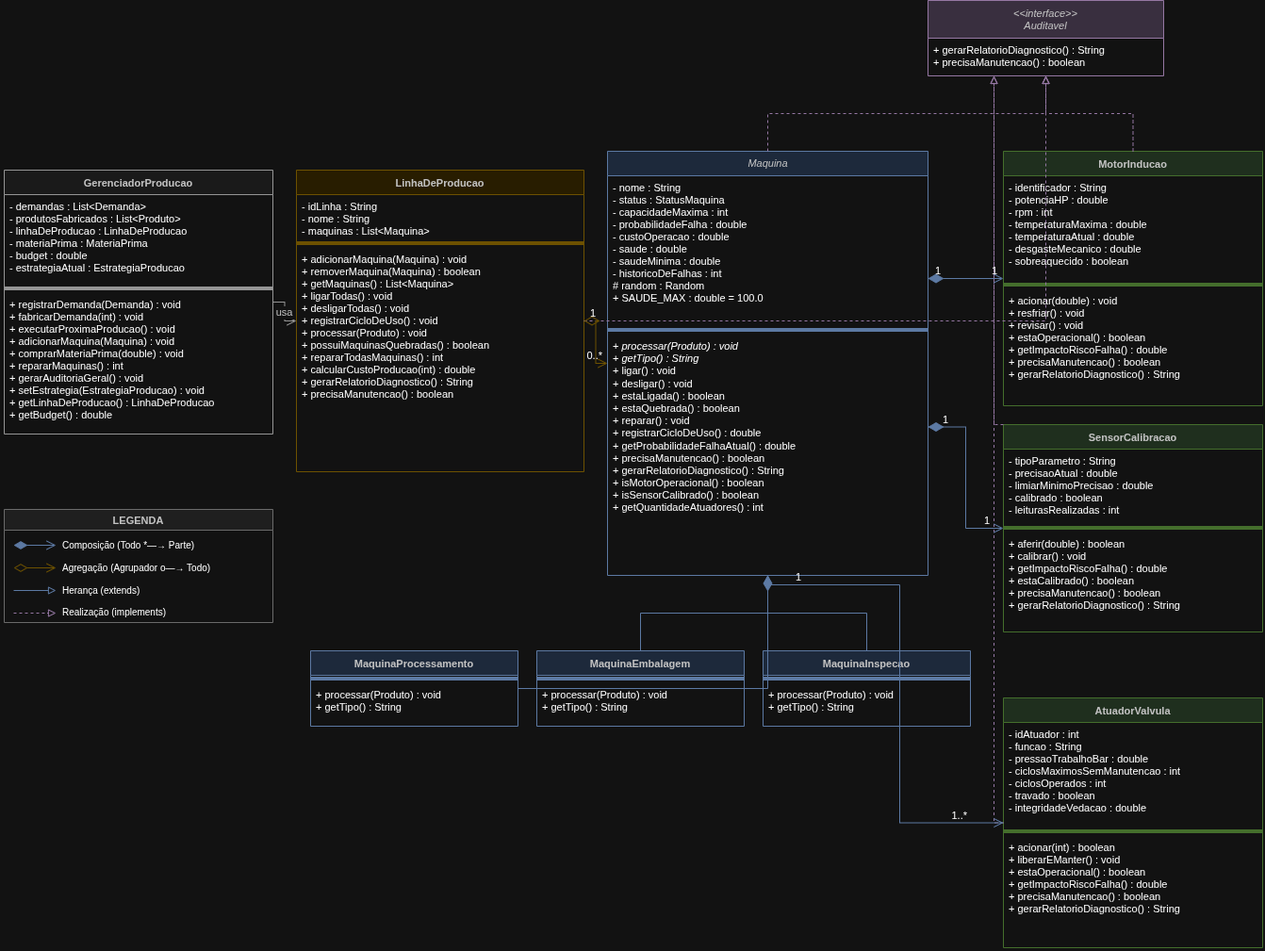
The draw.io diagram tarefa-5/diagrama_uml.drawio.png in adriann-engcomp/MC322, before a commit. Source tidied: cells renumbered, new cells last; positions are measured from the earlier drawing's top-left corner, leaving out a move shared by most shapes.
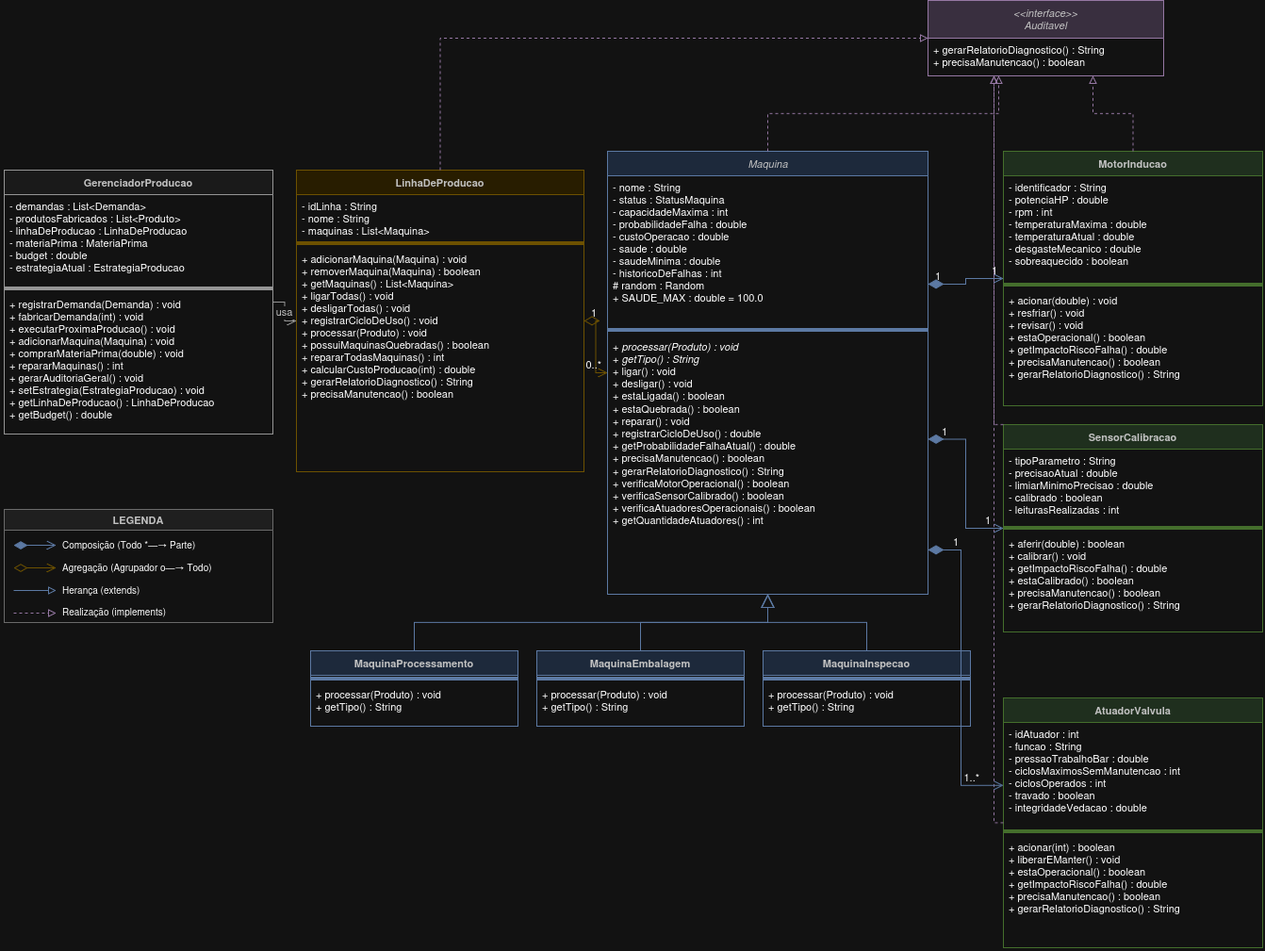
After the commit.

Commit message:
diagrama_uml em png

Change to the diagram source:
```diff
@@ -35,3 +35,3 @@
     <mxCell id="12" value="&lt;i&gt;Maquina&lt;/i&gt;" style="swimlane;fontStyle=2;align=center;startSize=26;fillColor=#dae8fc;strokeColor=#6c8ebf;fontColor=#333333;fontSize=11;html=1;" parent="1" vertex="1">
-      <mxGeometry x="640" y="160" width="340" height="450" as="geometry" />
+      <mxGeometry x="640" y="160" width="340" height="470" as="geometry" />
     </mxCell>
@@ -43,5 +43,5 @@
     </mxCell>
-    <mxCell id="15" value="+ &lt;i&gt;processar(Produto) : void&lt;/i&gt;&#10;+ &lt;i&gt;getTipo() : String&lt;/i&gt;&#10;+ ligar() : void&#10;+ desligar() : void&#10;+ estaLigada() : boolean&#10;+ estaQuebrada() : boolean&#10;+ reparar() : void&#10;+ registrarCicloDeUso() : double&#10;+ getProbabilidadeFalhaAtual() : double&#10;+ precisaManutencao() : boolean&#10;+ gerarRelatorioDiagnostico() : String&#10;+ isMotorOperacional() : boolean&#10;+ isSensorCalibrado() : boolean&#10;+ getQuantidadeAtuadores() : int" style="text;strokeColor=none;fillColor=none;align=left;verticalAlign=top;spacingLeft=4;spacingRight=4;overflow=hidden;fontSize=11;html=1;" parent="12" vertex="1">
-      <mxGeometry y="194" width="340" height="256" as="geometry" />
-    </mxCell>
+    <mxCell id="67" value="+ &lt;i&gt;processar(Produto) : void&lt;/i&gt;&#10;+ &lt;i&gt;getTipo() : String&lt;/i&gt;&#10;+ ligar() : void&#10;+ desligar() : void&#10;+ estaLigada() : boolean&#10;+ estaQuebrada() : boolean&#10;+ reparar() : void&#10;+ registrarCicloDeUso() : double&#10;+ getProbabilidadeFalhaAtual() : double&#10;+ precisaManutencao() : boolean&#10;+ gerarRelatorioDiagnostico() : String&#10;+ verificaMotorOperacional() : boolean&#10;+ verificaSensorCalibrado() : boolean&#10;+ verificaAtuadoresOperacionais() : boolean&#10;+ getQuantidadeAtuadores() : int" style="text;strokeColor=none;fillColor=none;align=left;verticalAlign=top;spacingLeft=4;spacingRight=4;overflow=hidden;fontSize=11;html=1;" parent="12" vertex="1">
+      <mxGeometry y="194" width="340" height="276" as="geometry" />
+    </mxCell>
     <mxCell id="16" value="MaquinaProcessamento" style="swimlane;fontStyle=1;align=center;startSize=26;fillColor=#dae8fc;strokeColor=#6c8ebf;fontColor=#333333;fontSize=11;" parent="1" vertex="1">
@@ -49,8 +49,8 @@
     </mxCell>
-    <mxCell id="17" style="line;strokeColor=inherit;fillColor=none;" parent="16" vertex="1">
-      <mxGeometry y="26" width="220" height="8" as="geometry" />
-    </mxCell>
-    <mxCell id="18" value="+ processar(Produto) : void&#10;+ getTipo() : String" style="text;strokeColor=none;fillColor=none;align=left;verticalAlign=top;spacingLeft=4;spacingRight=4;overflow=hidden;fontSize=11;" parent="16" vertex="1">
-      <mxGeometry y="34" width="220" height="46" as="geometry" />
-    </mxCell>
+    <mxCell id="68" style="line;strokeColor=inherit;fillColor=none;" parent="16" vertex="1">
+      <mxGeometry y="26" width="220" height="8" as="geometry" />
+    </mxCell>
+    <mxCell id="69" value="+ processar(Produto) : void&#10;+ getTipo() : String" style="text;strokeColor=none;fillColor=none;align=left;verticalAlign=top;spacingLeft=4;spacingRight=4;overflow=hidden;fontSize=11;" parent="16" vertex="1">
+      <mxGeometry y="34" width="220" height="46" as="geometry" />
+    </mxCell>
     <mxCell id="19" value="MaquinaEmbalagem" style="swimlane;fontStyle=1;align=center;startSize=26;fillColor=#dae8fc;strokeColor=#6c8ebf;fontColor=#333333;fontSize=11;" parent="1" vertex="1">
@@ -58,8 +58,8 @@
     </mxCell>
-    <mxCell id="20" style="line;strokeColor=inherit;fillColor=none;" parent="19" vertex="1">
-      <mxGeometry y="26" width="220" height="8" as="geometry" />
-    </mxCell>
-    <mxCell id="21" value="+ processar(Produto) : void&#10;+ getTipo() : String" style="text;strokeColor=none;fillColor=none;align=left;verticalAlign=top;spacingLeft=4;spacingRight=4;overflow=hidden;fontSize=11;" parent="19" vertex="1">
-      <mxGeometry y="34" width="220" height="46" as="geometry" />
-    </mxCell>
+    <mxCell id="70" style="line;strokeColor=inherit;fillColor=none;" parent="19" vertex="1">
+      <mxGeometry y="26" width="220" height="8" as="geometry" />
+    </mxCell>
+    <mxCell id="71" value="+ processar(Produto) : void&#10;+ getTipo() : String" style="text;strokeColor=none;fillColor=none;align=left;verticalAlign=top;spacingLeft=4;spacingRight=4;overflow=hidden;fontSize=11;" parent="19" vertex="1">
+      <mxGeometry y="34" width="220" height="46" as="geometry" />
+    </mxCell>
     <mxCell id="22" value="MaquinaInspecao" style="swimlane;fontStyle=1;align=center;startSize=26;fillColor=#dae8fc;strokeColor=#6c8ebf;fontColor=#333333;fontSize=11;" parent="1" vertex="1">
@@ -67,8 +67,8 @@
     </mxCell>
-    <mxCell id="23" style="line;strokeColor=inherit;fillColor=none;" parent="22" vertex="1">
-      <mxGeometry y="26" width="220" height="8" as="geometry" />
-    </mxCell>
-    <mxCell id="24" value="+ processar(Produto) : void&#10;+ getTipo() : String" style="text;strokeColor=none;fillColor=none;align=left;verticalAlign=top;spacingLeft=4;spacingRight=4;overflow=hidden;fontSize=11;" parent="22" vertex="1">
-      <mxGeometry y="34" width="220" height="46" as="geometry" />
-    </mxCell>
+    <mxCell id="72" style="line;strokeColor=inherit;fillColor=none;" parent="22" vertex="1">
+      <mxGeometry y="26" width="220" height="8" as="geometry" />
+    </mxCell>
+    <mxCell id="73" value="+ processar(Produto) : void&#10;+ getTipo() : String" style="text;strokeColor=none;fillColor=none;align=left;verticalAlign=top;spacingLeft=4;spacingRight=4;overflow=hidden;fontSize=11;" parent="22" vertex="1">
+      <mxGeometry y="34" width="220" height="46" as="geometry" />
+    </mxCell>
     <mxCell id="25" value="MotorInducao" style="swimlane;fontStyle=1;align=center;startSize=26;fillColor=#d5e8d4;strokeColor=#82b366;fontColor=#333333;fontSize=11;" parent="1" vertex="1">
@@ -79,5 +79,5 @@
     </mxCell>
-    <mxCell id="27" style="line;strokeColor=inherit;fillColor=none;" parent="25" vertex="1">
-      <mxGeometry y="138" width="275" height="8" as="geometry" />
-    </mxCell>
+    <mxCell id="74" style="line;strokeColor=inherit;fillColor=none;" parent="25" vertex="1">
+      <mxGeometry y="138" width="275" height="8" as="geometry" />
+    </mxCell>
     <mxCell id="28" value="+ acionar(double) : void&#10;+ resfriar() : void&#10;+ revisar() : void&#10;+ estaOperacional() : boolean&#10;+ getImpactoRiscoFalha() : double&#10;+ precisaManutencao() : boolean&#10;+ gerarRelatorioDiagnostico() : String" style="text;strokeColor=none;fillColor=none;align=left;verticalAlign=top;spacingLeft=4;spacingRight=4;overflow=hidden;fontSize=11;" parent="25" vertex="1">
@@ -103,5 +103,5 @@
     </mxCell>
-    <mxCell id="35" style="line;strokeColor=inherit;fillColor=none;" parent="33" vertex="1">
-      <mxGeometry y="138" width="275" height="8" as="geometry" />
-    </mxCell>
+    <mxCell id="75" style="line;strokeColor=inherit;fillColor=none;" parent="33" vertex="1">
+      <mxGeometry y="138" width="275" height="8" as="geometry" />
+    </mxCell>
     <mxCell id="36" value="+ acionar(int) : boolean&#10;+ liberarEManter() : void&#10;+ estaOperacional() : boolean&#10;+ getImpactoRiscoFalha() : double&#10;+ precisaManutencao() : boolean&#10;+ gerarRelatorioDiagnostico() : String" style="text;strokeColor=none;fillColor=none;align=left;verticalAlign=top;spacingLeft=4;spacingRight=4;overflow=hidden;fontSize=11;" parent="33" vertex="1">
@@ -109,10 +109,24 @@
     </mxCell>
-    <mxCell id="37" style="endArrow=block;endFill=0;dashed=1;strokeColor=#9673a6;edgeStyle=orthogonalEdgeStyle;rounded=0;" parent="1" edge="1" source="8" target="2">
-      <mxGeometry relative="1" as="geometry" />
+    <mxCell id="37" style="endArrow=block;endFill=0;dashed=1;strokeColor=#9673a6;edgeStyle=orthogonalEdgeStyle;rounded=0;exitX=0.5;exitY=0;exitDx=0;exitDy=0;entryX=0;entryY=0.5;entryDx=0;entryDy=0;" parent="1" edge="1" source="8" target="2">
+      <mxGeometry relative="1" as="geometry">
+        <Array as="points">
+          <mxPoint x="462" y="40" />
+        </Array>
+      </mxGeometry>
     </mxCell>
-    <mxCell id="38" style="endArrow=block;endFill=0;dashed=1;strokeColor=#9673a6;edgeStyle=orthogonalEdgeStyle;rounded=0;" parent="1" edge="1" source="12" target="2">
-      <mxGeometry relative="1" as="geometry" />
+    <mxCell id="38" style="endArrow=block;endFill=0;dashed=1;strokeColor=#9673a6;edgeStyle=orthogonalEdgeStyle;rounded=0;exitX=0.5;exitY=0;exitDx=0;exitDy=0;entryX=0.3;entryY=1;entryDx=0;entryDy=0;" parent="1" edge="1" source="12" target="2">
+      <mxGeometry relative="1" as="geometry">
+        <Array as="points">
+          <mxPoint x="810" y="120" />
+          <mxPoint x="1055" y="120" />
+        </Array>
+      </mxGeometry>
     </mxCell>
-    <mxCell id="39" style="endArrow=block;endFill=0;dashed=1;strokeColor=#9673a6;edgeStyle=orthogonalEdgeStyle;rounded=0;" parent="1" edge="1" source="25" target="2">
-      <mxGeometry relative="1" as="geometry" />
+    <mxCell id="39" style="endArrow=block;endFill=0;dashed=1;strokeColor=#9673a6;edgeStyle=orthogonalEdgeStyle;rounded=0;exitX=0.5;exitY=0;exitDx=0;exitDy=0;entryX=0.7;entryY=1;entryDx=0;entryDy=0;" parent="1" edge="1" source="25" target="2">
+      <mxGeometry relative="1" as="geometry">
+        <Array as="points">
+          <mxPoint x="1197" y="120" />
+          <mxPoint x="1155" y="120" />
+        </Array>
+      </mxGeometry>
     </mxCell>
@@ -137,5 +151,5 @@
     </mxCell>
-    <mxCell id="43" value="1" style="html=1;align=left;verticalAlign=bottom;fontSize=11;labelBackgroundColor=none;" parent="42" vertex="1">
-      <mxGeometry x="-0.85" relative="1" as="geometry" />
-    </mxCell>
+    <mxCell id="76" value="1" style="html=1;align=left;verticalAlign=bottom;fontSize=11;labelBackgroundColor=none;" parent="42" vertex="1">
+      <mxGeometry x="-0.85" relative="1" as="geometry" />
+    </mxCell>
     <mxCell id="44" value="0..*" style="html=1;align=right;verticalAlign=bottom;fontSize=11;labelBackgroundColor=none;" parent="42" vertex="1">
@@ -146,8 +160,8 @@
     </mxCell>
-    <mxCell id="46" value="1" style="html=1;align=left;verticalAlign=bottom;fontSize=11;labelBackgroundColor=none;" parent="45" vertex="1">
-      <mxGeometry x="-0.85" relative="1" as="geometry" />
-    </mxCell>
-    <mxCell id="47" value="1" style="html=1;align=right;verticalAlign=bottom;fontSize=11;labelBackgroundColor=none;" parent="45" vertex="1">
-      <mxGeometry x="0.85" relative="1" as="geometry" />
-    </mxCell>
+    <mxCell id="77" value="1" style="html=1;align=left;verticalAlign=bottom;fontSize=11;labelBackgroundColor=none;" parent="45" vertex="1">
+      <mxGeometry x="-0.85" relative="1" as="geometry" />
+    </mxCell>
+    <mxCell id="78" value="1" style="html=1;align=right;verticalAlign=bottom;fontSize=11;labelBackgroundColor=none;" parent="45" vertex="1">
+      <mxGeometry x="0.85" relative="1" as="geometry" />
+    </mxCell>
     <mxCell id="48" style="startArrow=diamondThin;startFill=1;startSize=14;endArrow=open;endSize=8;strokeColor=#6c8ebf;edgeStyle=orthogonalEdgeStyle;rounded=0;exitX=1;exitY=0.65;exitDx=0;exitDy=0;entryX=0;entryY=0.5;entryDx=0;entryDy=0;" parent="1" edge="1" source="12" target="29">
@@ -155,13 +169,13 @@
     </mxCell>
-    <mxCell id="49" value="1" style="html=1;align=left;verticalAlign=bottom;fontSize=11;labelBackgroundColor=none;" parent="48" vertex="1">
-      <mxGeometry x="-0.85" relative="1" as="geometry" />
-    </mxCell>
-    <mxCell id="50" value="1" style="html=1;align=right;verticalAlign=bottom;fontSize=11;labelBackgroundColor=none;" parent="48" vertex="1">
-      <mxGeometry x="0.85" relative="1" as="geometry" />
-    </mxCell>
+    <mxCell id="79" value="1" style="html=1;align=left;verticalAlign=bottom;fontSize=11;labelBackgroundColor=none;" parent="48" vertex="1">
+      <mxGeometry x="-0.85" relative="1" as="geometry" />
+    </mxCell>
+    <mxCell id="80" value="1" style="html=1;align=right;verticalAlign=bottom;fontSize=11;labelBackgroundColor=none;" parent="48" vertex="1">
+      <mxGeometry x="0.85" relative="1" as="geometry" />
+    </mxCell>
-    <mxCell id="51" style="startArrow=diamondThin;startFill=1;startSize=14;endArrow=open;endSize=8;strokeColor=#6c8ebf;edgeStyle=orthogonalEdgeStyle;rounded=0;exitX=0.5;exitY=1;exitDx=0;exitDy=0;entryX=0;entryY=0.5;entryDx=0;entryDy=0;" parent="1" edge="1" source="12" target="33">
+    <mxCell id="51" style="startArrow=diamondThin;startFill=1;startSize=14;endArrow=open;endSize=8;strokeColor=#6c8ebf;edgeStyle=orthogonalEdgeStyle;rounded=0;exitX=1;exitY=0.9;exitDx=0;exitDy=0;entryX=0;entryY=0.35;entryDx=0;entryDy=0;" parent="1" edge="1" source="12" target="33">
       <mxGeometry relative="1" as="geometry">
         <Array as="points">
-          <mxPoint x="950" y="620" />
-          <mxPoint x="950" y="872" />
+          <mxPoint x="1015" y="583" />
+          <mxPoint x="1015" y="833" />
         </Array>
@@ -169,5 +183,5 @@
     </mxCell>
-    <mxCell id="52" value="1" style="html=1;align=left;verticalAlign=bottom;fontSize=11;labelBackgroundColor=none;" parent="51" vertex="1">
-      <mxGeometry x="-0.85" relative="1" as="geometry" />
-    </mxCell>
+    <mxCell id="81" value="1" style="html=1;align=left;verticalAlign=bottom;fontSize=11;labelBackgroundColor=none;" parent="51" vertex="1">
+      <mxGeometry x="-0.85" relative="1" as="geometry" />
+    </mxCell>
     <mxCell id="53" value="1..*" style="html=1;align=right;verticalAlign=bottom;fontSize=11;labelBackgroundColor=none;" parent="51" vertex="1">
@@ -175,10 +189,25 @@
     </mxCell>
-    <mxCell id="54" style="endArrow=block;endFill=0;strokeColor=#6c8ebf;edgeStyle=orthogonalEdgeStyle;rounded=0;" parent="1" edge="1" source="16" target="12">
-      <mxGeometry relative="1" as="geometry" />
+    <mxCell id="54" style="endArrow=block;endFill=0;endSize=12;strokeColor=#6c8ebf;edgeStyle=orthogonalEdgeStyle;rounded=0;exitX=0.5;exitY=0;exitDx=0;exitDy=0;entryX=0.5;entryY=1;entryDx=0;entryDy=0;" parent="1" edge="1" source="16" target="12">
+      <mxGeometry relative="1" as="geometry">
+        <Array as="points">
+          <mxPoint x="435" y="660" />
+          <mxPoint x="810" y="660" />
+        </Array>
+      </mxGeometry>
     </mxCell>
-    <mxCell id="55" style="endArrow=block;endFill=0;strokeColor=#6c8ebf;edgeStyle=orthogonalEdgeStyle;rounded=0;" parent="1" edge="1" source="19" target="12">
-      <mxGeometry relative="1" as="geometry" />
+    <mxCell id="55" style="endArrow=block;endFill=0;endSize=12;strokeColor=#6c8ebf;edgeStyle=orthogonalEdgeStyle;rounded=0;exitX=0.5;exitY=0;exitDx=0;exitDy=0;entryX=0.5;entryY=1;entryDx=0;entryDy=0;" parent="1" edge="1" source="19" target="12">
+      <mxGeometry relative="1" as="geometry">
+        <Array as="points">
+          <mxPoint x="675" y="660" />
+          <mxPoint x="810" y="660" />
+        </Array>
+      </mxGeometry>
     </mxCell>
-    <mxCell id="56" style="endArrow=block;endFill=0;strokeColor=#6c8ebf;edgeStyle=orthogonalEdgeStyle;rounded=0;" parent="1" edge="1" source="22" target="12">
-      <mxGeometry relative="1" as="geometry" />
+    <mxCell id="56" style="endArrow=block;endFill=0;endSize=12;strokeColor=#6c8ebf;edgeStyle=orthogonalEdgeStyle;rounded=0;exitX=0.5;exitY=0;exitDx=0;exitDy=0;entryX=0.5;entryY=1;entryDx=0;entryDy=0;" parent="1" edge="1" source="22" target="12">
+      <mxGeometry relative="1" as="geometry">
+        <Array as="points">
+          <mxPoint x="915" y="660" />
+          <mxPoint x="810" y="660" />
+        </Array>
+      </mxGeometry>
     </mxCell>
@@ -193,8 +222,8 @@
     </mxCell>
-    <mxCell id="60" style="startArrow=diamondThin;startFill=1;startSize=12;endArrow=open;endSize=8;strokeColor=#6c8ebf;" parent="58" edge="1">
-      <mxGeometry relative="1" as="geometry">
-        <mxPoint x="10" y="38" as="sourcePoint" />
-        <mxPoint x="55" y="38" as="targetPoint" />
-      </mxGeometry>
-    </mxCell>
+    <mxCell id="82" style="startArrow=diamondThin;startFill=1;startSize=12;endArrow=open;endSize=8;strokeColor=#6c8ebf;" parent="58" edge="1">
+      <mxGeometry relative="1" as="geometry">
+        <mxPoint x="10" y="38" as="sourcePoint" />
+        <mxPoint x="55" y="38" as="targetPoint" />
+      </mxGeometry>
+    </mxCell>
     <mxCell id="61" value="Agregação (Agrupador o—→ Todo)" style="text;strokeColor=none;fillColor=none;align=left;verticalAlign=middle;spacingLeft=60;fontSize=10;" parent="58" vertex="1">
@@ -202,8 +231,8 @@
     </mxCell>
-    <mxCell id="62" style="startArrow=diamondThin;startFill=0;startSize=12;endArrow=open;endSize=8;strokeColor=#d6b656;" parent="58" edge="1">
-      <mxGeometry relative="1" as="geometry">
-        <mxPoint x="10" y="62" as="sourcePoint" />
-        <mxPoint x="55" y="62" as="targetPoint" />
-      </mxGeometry>
-    </mxCell>
+    <mxCell id="83" style="startArrow=diamondThin;startFill=0;startSize=12;endArrow=open;endSize=8;strokeColor=#d6b656;" parent="58" edge="1">
+      <mxGeometry relative="1" as="geometry">
+        <mxPoint x="10" y="62" as="sourcePoint" />
+        <mxPoint x="55" y="62" as="targetPoint" />
+      </mxGeometry>
+    </mxCell>
     <mxCell id="63" value="Herança (extends)" style="text;strokeColor=none;fillColor=none;align=left;verticalAlign=middle;spacingLeft=60;fontSize=10;" parent="58" vertex="1">
@@ -211,8 +240,8 @@
     </mxCell>
-    <mxCell id="64" style="endArrow=block;endFill=0;strokeColor=#6c8ebf;" parent="58" edge="1">
-      <mxGeometry relative="1" as="geometry">
-        <mxPoint x="10" y="86" as="sourcePoint" />
-        <mxPoint x="55" y="86" as="targetPoint" />
-      </mxGeometry>
-    </mxCell>
+    <mxCell id="84" style="endArrow=block;endFill=0;strokeColor=#6c8ebf;" parent="58" edge="1">
+      <mxGeometry relative="1" as="geometry">
+        <mxPoint x="10" y="86" as="sourcePoint" />
+        <mxPoint x="55" y="86" as="targetPoint" />
+      </mxGeometry>
+    </mxCell>
     <mxCell id="65" value="Realização (implements)" style="text;strokeColor=none;fillColor=none;align=left;verticalAlign=middle;spacingLeft=60;fontSize=10;" parent="58" vertex="1">
@@ -220,8 +249,8 @@
     </mxCell>
-    <mxCell id="66" style="endArrow=block;endFill=0;dashed=1;strokeColor=#9673a6;" parent="58" edge="1">
-      <mxGeometry relative="1" as="geometry">
-        <mxPoint x="10" y="110" as="sourcePoint" />
-        <mxPoint x="55" y="110" as="targetPoint" />
-      </mxGeometry>
-    </mxCell>
+    <mxCell id="85" style="endArrow=block;endFill=0;dashed=1;strokeColor=#9673a6;" parent="58" edge="1">
+      <mxGeometry relative="1" as="geometry">
+        <mxPoint x="10" y="110" as="sourcePoint" />
+        <mxPoint x="55" y="110" as="targetPoint" />
+      </mxGeometry>
+    </mxCell>
   </root>
```
